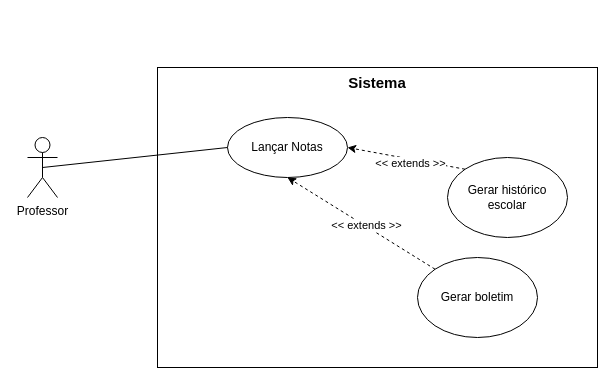
Above: Requisito-07.drawio in LizReis/An-lise-de-Sistemas (draw.io), before the change. Source tidied: cells renumbered, new cells numbered last; positions are measured from the earlier drawing's top-left corner, leaving out a move shared by most shapes. Both pictures are drawn from the tidied source at 100%, with x=0, y=0 at pixel (27, 67).
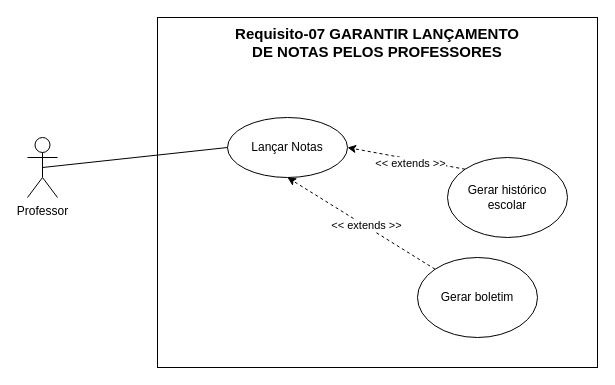
Above is the later version.

What changed in the source:
```diff
@@
 <mxGraphModel>
   <root>
     <mxCell id="0" />
     <mxCell id="1" parent="0" />
     <mxCell id="2" style="rounded=0;whiteSpace=wrap;html=1;" parent="1" vertex="1">
-      <mxGeometry x="130" width="440" height="300" as="geometry" />
+      <mxGeometry x="130" y="-50" width="440" height="350" as="geometry" />
     </mxCell>
     <mxCell id="3" value="Professor" style="shape=umlActor;verticalLabelPosition=bottom;verticalAlign=top;html=1;outlineConnect=0;" parent="1" vertex="1">
       <mxGeometry y="70" width="30" height="60" as="geometry" />
     </mxCell>
     <mxCell id="4" value="Lançar Notas" style="ellipse;whiteSpace=wrap;html=1;" parent="1" vertex="1">
       <mxGeometry x="200" y="50" width="120" height="60" as="geometry" />
     </mxCell>
     <mxCell id="5" value="Gerar boletim" style="ellipse;whiteSpace=wrap;html=1;" parent="1" vertex="1">
       <mxGeometry x="390" y="190" width="120" height="80" as="geometry" />
     </mxCell>
     <mxCell id="6" value="Gerar histórico escolar" style="ellipse;whiteSpace=wrap;html=1;" parent="1" vertex="1">
       <mxGeometry x="420" y="90" width="120" height="80" as="geometry" />
     </mxCell>
     <mxCell id="7" style="endArrow=none;html=1;rounded=0;exitX=0.5;exitY=0.5;exitDx=0;exitDy=0;exitPerimeter=0;entryX=0;entryY=0.5;entryDx=0;entryDy=0;" parent="1" edge="1" source="3" target="4">
       <mxGeometry relative="1" as="geometry" />
     </mxCell>
     <mxCell id="8" style="endArrow=classic;html=1;rounded=0;entryX=0.5;entryY=1;entryDx=0;entryDy=0;exitX=0;exitY=0;exitDx=0;exitDy=0;dashed=1;" parent="1" edge="1" source="5" target="4">
       <mxGeometry relative="1" as="geometry" />
     </mxCell>
     <mxCell id="9" value="&amp;lt;&amp;lt; extends &amp;gt;&amp;gt;" style="edgeLabel;html=1;align=center;verticalAlign=middle;" parent="8" vertex="1">
       <mxGeometry x="-0.04" relative="1" as="geometry">
         <mxPoint x="1" as="offset" />
       </mxGeometry>
     </mxCell>
     <mxCell id="10" style="endArrow=classic;html=1;rounded=0;entryX=1;entryY=0.5;entryDx=0;entryDy=0;exitX=0;exitY=0;exitDx=0;exitDy=0;dashed=1;" parent="1" edge="1" source="6" target="4">
       <mxGeometry relative="1" as="geometry" />
     </mxCell>
     <mxCell id="11" value="&amp;lt;&amp;lt; extends &amp;gt;&amp;gt;" style="edgeLabel;html=1;align=center;verticalAlign=middle;" parent="10" vertex="1">
       <mxGeometry x="-0.08" y="4" relative="1" as="geometry" />
     </mxCell>
-    <mxCell id="12" value="Sistema" style="text;html=1;align=center;verticalAlign=middle;whiteSpace=wrap;rounded=0;fontStyle=1;fontSize=15;" parent="1" vertex="1">
-      <mxGeometry x="320" width="60" height="30" as="geometry" />
+    <mxCell id="12" value="Requisito-07 GARANTIR LANÇAMENTO DE NOTAS PELOS PROFESSORES" style="text;html=1;align=center;verticalAlign=middle;whiteSpace=wrap;rounded=0;fontStyle=1;fontSize=15;" parent="1" vertex="1">
+      <mxGeometry x="200" y="-40" width="300" height="30" as="geometry" />
     </mxCell>
   </root>
 </mxGraphModel>
```
